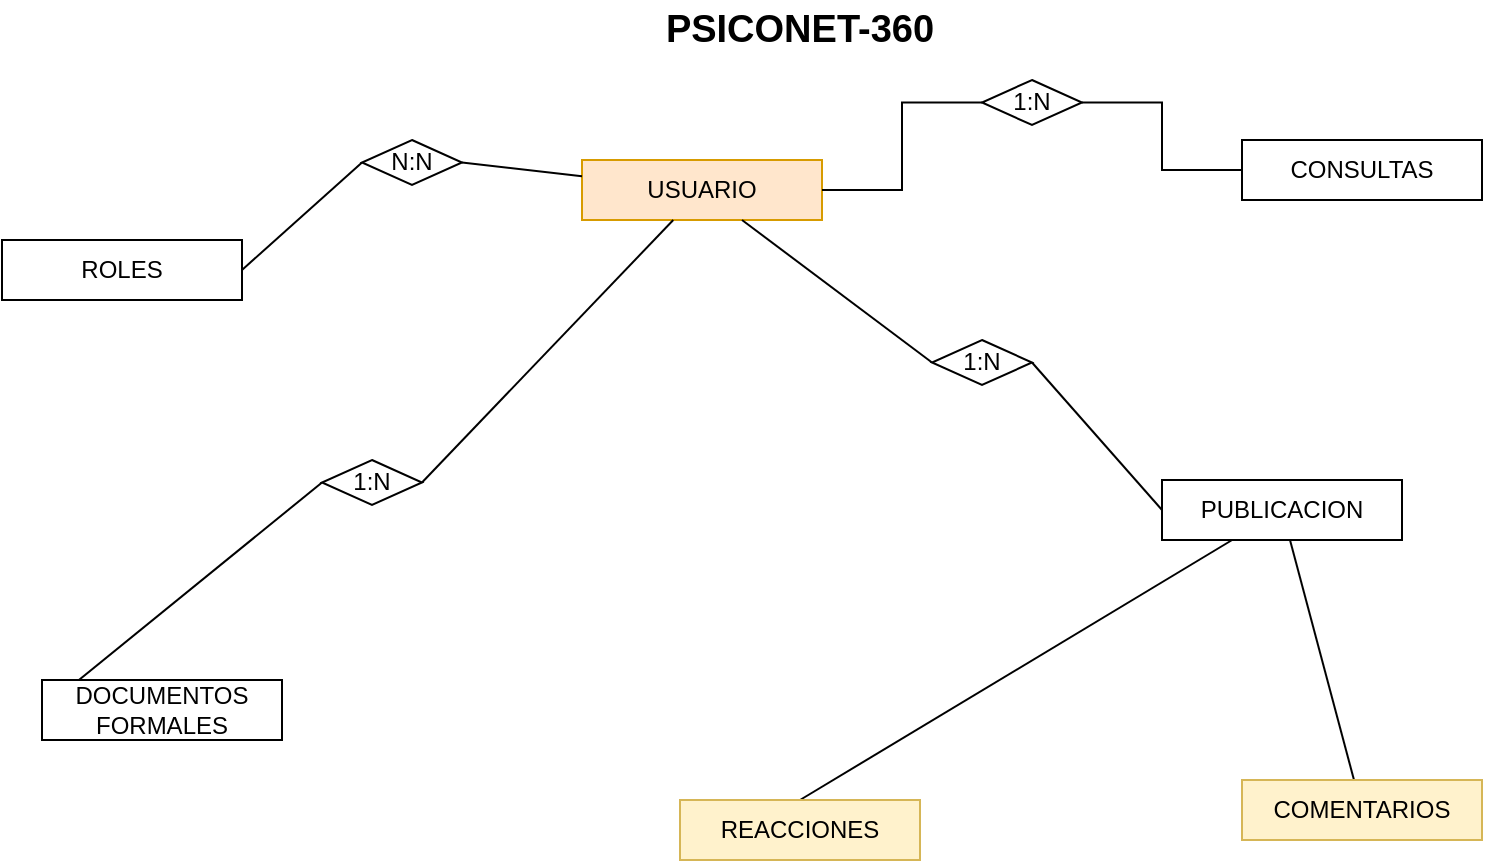
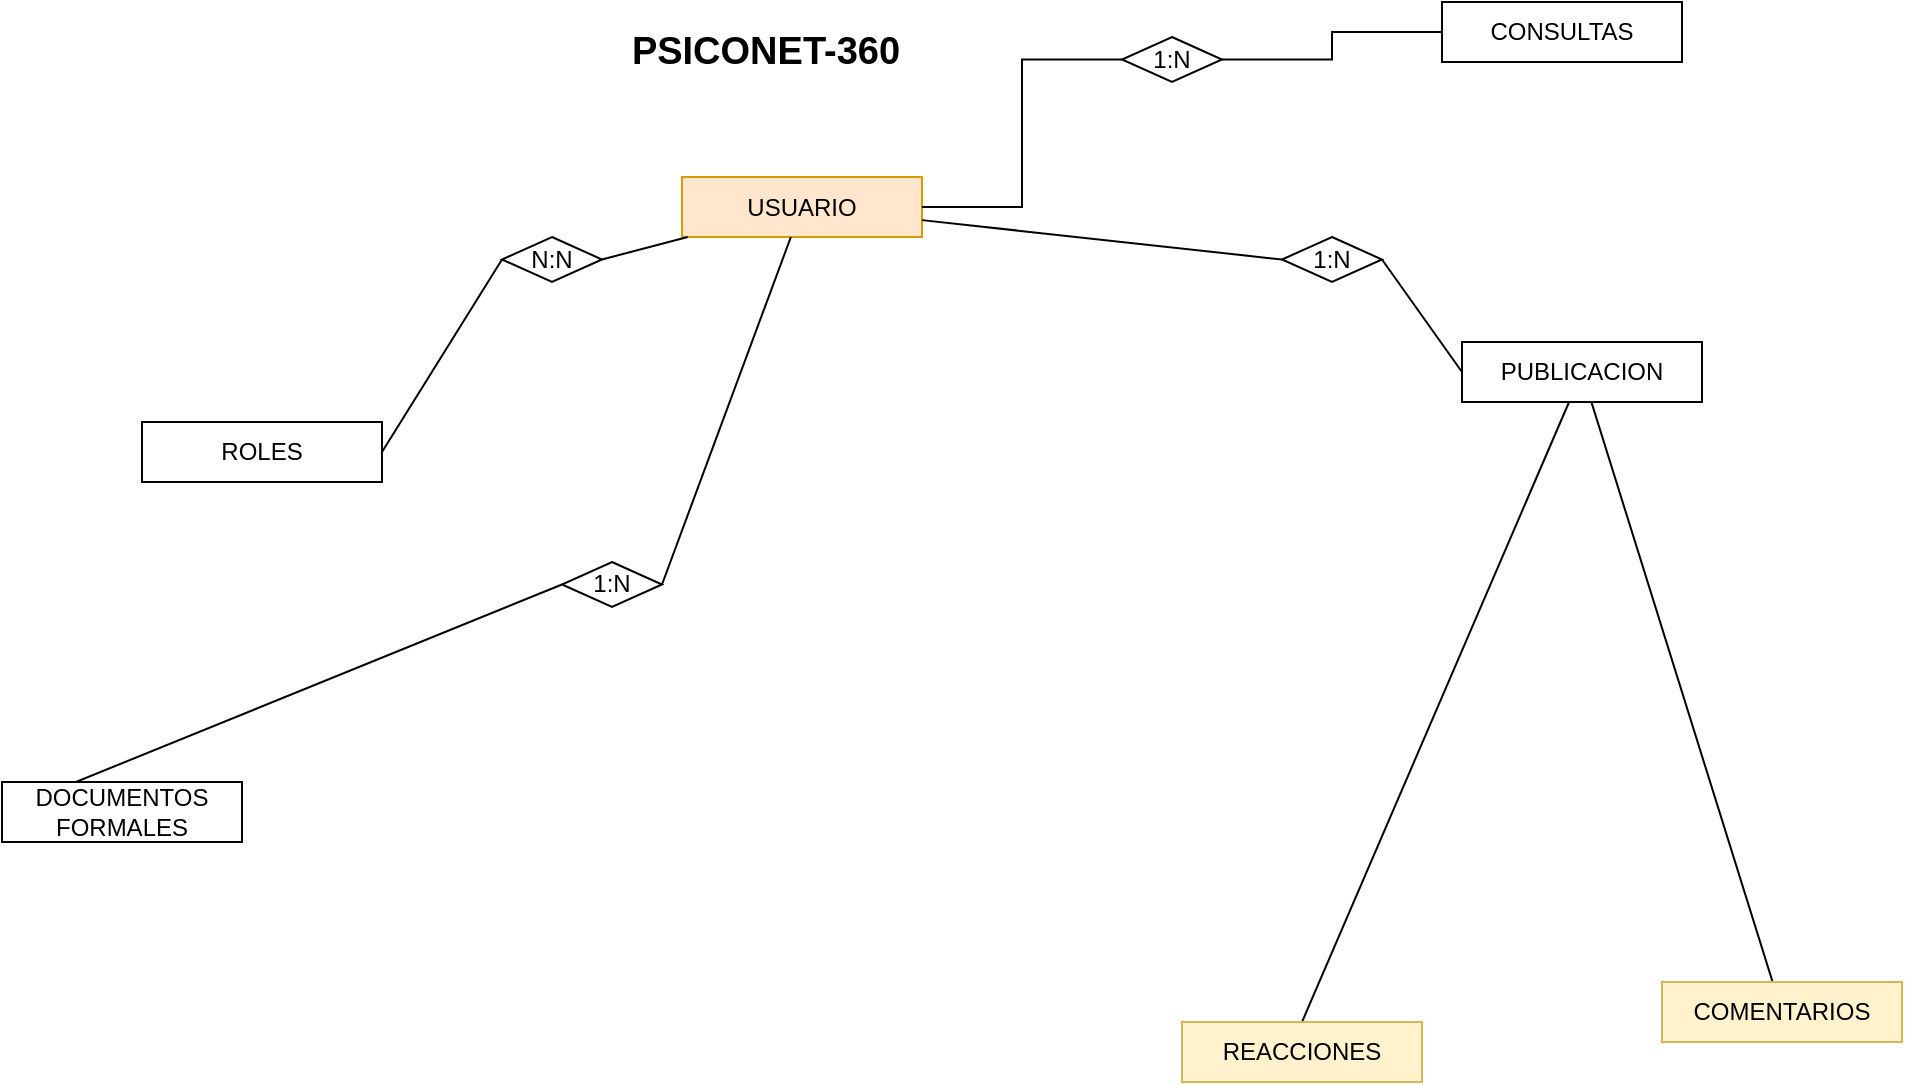
- <mxfile host="app.diagrams.net" agent="Mozilla/5.0 (Windows NT 10.0; Win64; x64) AppleWebKit/537.36 (KHTML, like Gecko) Chrome/142.0.0.0 Safari/537.36" version="28.2.9">
+ <mxfile host="app.diagrams.net" agent="Mozilla/5.0 (Windows NT 10.0; Win64; x64) AppleWebKit/537.36 (KHTML, like Gecko) Chrome/142.0.0.0 Safari/537.36">
  <diagram name="Página-1" id="g_2L8a4dUFEPVdWc10Bj">
-     <mxGraphModel dx="952" dy="517" grid="1" gridSize="10" guides="1" tooltips="1" connect="1" arrows="1" fold="1" page="1" pageScale="1" pageWidth="827" pageHeight="1169" math="0" shadow="0">
+     <mxGraphModel dx="2196" dy="1918" grid="1" gridSize="10" guides="1" tooltips="1" connect="1" arrows="1" fold="1" page="1" pageScale="1" pageWidth="827" pageHeight="1169" math="0" shadow="0">
      <root>
        <mxCell id="0" />
        <mxCell id="1" parent="0" />
-         <mxCell id="0GrJNKZy4xKD9Ew2mGRM-7" style="rounded=0;orthogonalLoop=1;jettySize=auto;html=1;entryX=0;entryY=0.5;entryDx=0;entryDy=0;endArrow=none;endFill=0;exitX=0;exitY=0.5;exitDx=0;exitDy=0;" parent="1" source="0GrJNKZy4xKD9Ew2mGRM-10" target="0GrJNKZy4xKD9Ew2mGRM-2" edge="1">
+         <mxCell id="0GrJNKZy4xKD9Ew2mGRM-7" edge="1" parent="1" source="0GrJNKZy4xKD9Ew2mGRM-10" style="rounded=0;orthogonalLoop=1;jettySize=auto;html=1;entryX=0;entryY=0.5;entryDx=0;entryDy=0;endArrow=none;endFill=0;exitX=0;exitY=0.5;exitDx=0;exitDy=0;" target="0GrJNKZy4xKD9Ew2mGRM-2">
          <mxGeometry relative="1" as="geometry" />
        </mxCell>
-         <mxCell id="0GrJNKZy4xKD9Ew2mGRM-8" style="edgeStyle=none;shape=connector;rounded=0;orthogonalLoop=1;jettySize=auto;html=1;entryX=0;entryY=0.5;entryDx=0;entryDy=0;strokeColor=default;align=center;verticalAlign=middle;fontFamily=Helvetica;fontSize=11;fontColor=default;labelBackgroundColor=default;endArrow=none;endFill=0;exitX=1;exitY=0.5;exitDx=0;exitDy=0;" parent="1" source="0GrJNKZy4xKD9Ew2mGRM-9" target="0GrJNKZy4xKD9Ew2mGRM-1" edge="1">
+         <mxCell id="0GrJNKZy4xKD9Ew2mGRM-8" edge="1" parent="1" source="0GrJNKZy4xKD9Ew2mGRM-9" style="edgeStyle=none;shape=connector;rounded=0;orthogonalLoop=1;jettySize=auto;html=1;entryX=0;entryY=0.5;entryDx=0;entryDy=0;strokeColor=default;align=center;verticalAlign=middle;fontFamily=Helvetica;fontSize=11;fontColor=default;labelBackgroundColor=default;endArrow=none;endFill=0;exitX=1;exitY=0.5;exitDx=0;exitDy=0;" target="0GrJNKZy4xKD9Ew2mGRM-1">
          <mxGeometry relative="1" as="geometry" />
        </mxCell>
-         <mxCell id="0GrJNKZy4xKD9Ew2mGRM-14" style="edgeStyle=none;shape=connector;rounded=0;orthogonalLoop=1;jettySize=auto;html=1;entryX=1;entryY=0.5;entryDx=0;entryDy=0;strokeColor=default;align=center;verticalAlign=middle;fontFamily=Helvetica;fontSize=11;fontColor=default;labelBackgroundColor=default;endArrow=none;endFill=0;exitX=0;exitY=0.5;exitDx=0;exitDy=0;" parent="1" source="0GrJNKZy4xKD9Ew2mGRM-15" target="0GrJNKZy4xKD9Ew2mGRM-13" edge="1">
+         <mxCell id="0GrJNKZy4xKD9Ew2mGRM-14" edge="1" parent="1" source="0GrJNKZy4xKD9Ew2mGRM-15" style="edgeStyle=none;shape=connector;rounded=0;orthogonalLoop=1;jettySize=auto;html=1;entryX=1;entryY=0.5;entryDx=0;entryDy=0;strokeColor=default;align=center;verticalAlign=middle;fontFamily=Helvetica;fontSize=11;fontColor=default;labelBackgroundColor=default;endArrow=none;endFill=0;exitX=0;exitY=0.5;exitDx=0;exitDy=0;" target="0GrJNKZy4xKD9Ew2mGRM-13">
          <mxGeometry relative="1" as="geometry" />
        </mxCell>
-         <mxCell id="uRhun_1Gw-rtw0TiDXNh-11" value="USUARIO" style="rounded=0;whiteSpace=wrap;html=1;fillColor=#ffe6cc;strokeColor=#d79b00;" parent="1" vertex="1">
-           <mxGeometry x="320" y="100" width="120" height="30" as="geometry" />
+         <mxCell id="uRhun_1Gw-rtw0TiDXNh-11" parent="1" style="rounded=0;whiteSpace=wrap;html=1;fillColor=#ffe6cc;strokeColor=#d79b00;" value="USUARIO" vertex="1">
+           <mxGeometry height="30" width="120" x="160" y="7.5" as="geometry" />
        </mxCell>
-         <mxCell id="uRhun_1Gw-rtw0TiDXNh-12" value="CONSULTAS" style="rounded=0;whiteSpace=wrap;html=1;" parent="1" vertex="1">
-           <mxGeometry x="650" y="90" width="120" height="30" as="geometry" />
+         <mxCell id="uRhun_1Gw-rtw0TiDXNh-12" parent="1" style="rounded=0;whiteSpace=wrap;html=1;" value="CONSULTAS" vertex="1">
+           <mxGeometry height="30" width="120" x="540" y="-80" as="geometry" />
        </mxCell>
-         <mxCell id="uRhun_1Gw-rtw0TiDXNh-14" style="edgeStyle=orthogonalEdgeStyle;rounded=0;orthogonalLoop=1;jettySize=auto;html=1;entryX=0;entryY=0.5;entryDx=0;entryDy=0;endArrow=none;endFill=0;" parent="1" source="uRhun_1Gw-rtw0TiDXNh-13" target="uRhun_1Gw-rtw0TiDXNh-12" edge="1">
+         <mxCell id="uRhun_1Gw-rtw0TiDXNh-14" edge="1" parent="1" source="uRhun_1Gw-rtw0TiDXNh-13" style="edgeStyle=orthogonalEdgeStyle;rounded=0;orthogonalLoop=1;jettySize=auto;html=1;entryX=0;entryY=0.5;entryDx=0;entryDy=0;endArrow=none;endFill=0;" target="uRhun_1Gw-rtw0TiDXNh-12">
          <mxGeometry relative="1" as="geometry" />
        </mxCell>
-         <mxCell id="uRhun_1Gw-rtw0TiDXNh-15" style="edgeStyle=orthogonalEdgeStyle;rounded=0;orthogonalLoop=1;jettySize=auto;html=1;entryX=1;entryY=0.5;entryDx=0;entryDy=0;endArrow=none;endFill=0;" parent="1" source="uRhun_1Gw-rtw0TiDXNh-13" target="uRhun_1Gw-rtw0TiDXNh-11" edge="1">
+         <mxCell id="uRhun_1Gw-rtw0TiDXNh-15" edge="1" parent="1" source="uRhun_1Gw-rtw0TiDXNh-13" style="edgeStyle=orthogonalEdgeStyle;rounded=0;orthogonalLoop=1;jettySize=auto;html=1;entryX=1;entryY=0.5;entryDx=0;entryDy=0;endArrow=none;endFill=0;" target="uRhun_1Gw-rtw0TiDXNh-11">
          <mxGeometry relative="1" as="geometry" />
        </mxCell>
-         <mxCell id="uRhun_1Gw-rtw0TiDXNh-13" value="1:N" style="shape=rhombus;perimeter=rhombusPerimeter;whiteSpace=wrap;html=1;align=center;" parent="1" vertex="1">
-           <mxGeometry x="520" y="60" width="50" height="22.5" as="geometry" />
+         <mxCell id="uRhun_1Gw-rtw0TiDXNh-13" parent="1" style="shape=rhombus;perimeter=rhombusPerimeter;whiteSpace=wrap;html=1;align=center;" value="1:N" vertex="1">
+           <mxGeometry height="22.5" width="50" x="380" y="-62.5" as="geometry" />
        </mxCell>
-         <mxCell id="0GrJNKZy4xKD9Ew2mGRM-19" style="edgeStyle=none;shape=connector;rounded=0;orthogonalLoop=1;jettySize=auto;html=1;entryX=0.5;entryY=0;entryDx=0;entryDy=0;strokeColor=default;align=center;verticalAlign=middle;fontFamily=Helvetica;fontSize=11;fontColor=default;labelBackgroundColor=default;endArrow=none;endFill=0;" parent="1" source="0GrJNKZy4xKD9Ew2mGRM-1" target="0GrJNKZy4xKD9Ew2mGRM-18" edge="1">
+         <mxCell id="0GrJNKZy4xKD9Ew2mGRM-19" edge="1" parent="1" source="0GrJNKZy4xKD9Ew2mGRM-1" style="edgeStyle=none;shape=connector;rounded=0;orthogonalLoop=1;jettySize=auto;html=1;entryX=0.5;entryY=0;entryDx=0;entryDy=0;strokeColor=default;align=center;verticalAlign=middle;fontFamily=Helvetica;fontSize=11;fontColor=default;labelBackgroundColor=default;endArrow=none;endFill=0;" target="0GrJNKZy4xKD9Ew2mGRM-18">
          <mxGeometry relative="1" as="geometry" />
        </mxCell>
-         <mxCell id="0GrJNKZy4xKD9Ew2mGRM-20" style="edgeStyle=none;shape=connector;rounded=0;orthogonalLoop=1;jettySize=auto;html=1;strokeColor=default;align=center;verticalAlign=middle;fontFamily=Helvetica;fontSize=11;fontColor=default;labelBackgroundColor=default;endArrow=none;endFill=0;" parent="1" source="0GrJNKZy4xKD9Ew2mGRM-1" target="0GrJNKZy4xKD9Ew2mGRM-17" edge="1">
+         <mxCell id="0GrJNKZy4xKD9Ew2mGRM-20" edge="1" parent="1" source="0GrJNKZy4xKD9Ew2mGRM-1" style="edgeStyle=none;shape=connector;rounded=0;orthogonalLoop=1;jettySize=auto;html=1;strokeColor=default;align=center;verticalAlign=middle;fontFamily=Helvetica;fontSize=11;fontColor=default;labelBackgroundColor=default;endArrow=none;endFill=0;" target="0GrJNKZy4xKD9Ew2mGRM-17">
          <mxGeometry relative="1" as="geometry" />
        </mxCell>
-         <mxCell id="0GrJNKZy4xKD9Ew2mGRM-1" value="PUBLICACION" style="rounded=0;whiteSpace=wrap;html=1;" parent="1" vertex="1">
-           <mxGeometry x="610" y="260" width="120" height="30" as="geometry" />
+         <mxCell id="0GrJNKZy4xKD9Ew2mGRM-1" parent="1" style="rounded=0;whiteSpace=wrap;html=1;" value="PUBLICACION" vertex="1">
+           <mxGeometry height="30" width="120" x="550" y="90" as="geometry" />
        </mxCell>
-         <mxCell id="0GrJNKZy4xKD9Ew2mGRM-2" value="DOCUMENTOS&lt;div&gt;FORMALES&lt;/div&gt;" style="rounded=0;whiteSpace=wrap;html=1;" parent="1" vertex="1">
-           <mxGeometry x="50" y="360" width="120" height="30" as="geometry" />
+         <mxCell id="0GrJNKZy4xKD9Ew2mGRM-2" parent="1" style="rounded=0;whiteSpace=wrap;html=1;" value="DOCUMENTOS&lt;div&gt;FORMALES&lt;/div&gt;" vertex="1">
+           <mxGeometry height="30" width="120" x="-180" y="310" as="geometry" />
        </mxCell>
-         <mxCell id="0GrJNKZy4xKD9Ew2mGRM-11" value="" style="rounded=0;orthogonalLoop=1;jettySize=auto;html=1;entryX=1;entryY=0.5;entryDx=0;entryDy=0;endArrow=none;endFill=0;" parent="1" source="uRhun_1Gw-rtw0TiDXNh-11" target="0GrJNKZy4xKD9Ew2mGRM-10" edge="1">
+         <mxCell id="0GrJNKZy4xKD9Ew2mGRM-11" edge="1" parent="1" source="uRhun_1Gw-rtw0TiDXNh-11" style="rounded=0;orthogonalLoop=1;jettySize=auto;html=1;entryX=1;entryY=0.5;entryDx=0;entryDy=0;endArrow=none;endFill=0;" target="0GrJNKZy4xKD9Ew2mGRM-10" value="">
          <mxGeometry relative="1" as="geometry">
            <mxPoint x="409" y="170" as="sourcePoint" />
            <mxPoint x="482" y="335" as="targetPoint" />
          </mxGeometry>
        </mxCell>
-         <mxCell id="0GrJNKZy4xKD9Ew2mGRM-10" value="1:N" style="shape=rhombus;perimeter=rhombusPerimeter;whiteSpace=wrap;html=1;align=center;" parent="1" vertex="1">
-           <mxGeometry x="190" y="250" width="50" height="22.5" as="geometry" />
+         <mxCell id="0GrJNKZy4xKD9Ew2mGRM-10" parent="1" style="shape=rhombus;perimeter=rhombusPerimeter;whiteSpace=wrap;html=1;align=center;" value="1:N" vertex="1">
+           <mxGeometry height="22.5" width="50" x="100" y="200" as="geometry" />
        </mxCell>
-         <mxCell id="0GrJNKZy4xKD9Ew2mGRM-12" value="" style="edgeStyle=none;shape=connector;rounded=0;orthogonalLoop=1;jettySize=auto;html=1;entryX=0;entryY=0.5;entryDx=0;entryDy=0;strokeColor=default;align=center;verticalAlign=middle;fontFamily=Helvetica;fontSize=11;fontColor=default;labelBackgroundColor=default;endArrow=none;endFill=0;" parent="1" source="uRhun_1Gw-rtw0TiDXNh-11" target="0GrJNKZy4xKD9Ew2mGRM-9" edge="1">
+         <mxCell id="0GrJNKZy4xKD9Ew2mGRM-12" edge="1" parent="1" source="uRhun_1Gw-rtw0TiDXNh-11" style="edgeStyle=none;shape=connector;rounded=0;orthogonalLoop=1;jettySize=auto;html=1;entryX=0;entryY=0.5;entryDx=0;entryDy=0;strokeColor=default;align=center;verticalAlign=middle;fontFamily=Helvetica;fontSize=11;fontColor=default;labelBackgroundColor=default;endArrow=none;endFill=0;" target="0GrJNKZy4xKD9Ew2mGRM-9" value="">
          <mxGeometry relative="1" as="geometry">
            <mxPoint x="425" y="170" as="sourcePoint" />
            <mxPoint x="556" y="255" as="targetPoint" />
          </mxGeometry>
        </mxCell>
-         <mxCell id="0GrJNKZy4xKD9Ew2mGRM-9" value="1:N" style="shape=rhombus;perimeter=rhombusPerimeter;whiteSpace=wrap;html=1;align=center;" parent="1" vertex="1">
-           <mxGeometry x="495" y="190" width="50" height="22.5" as="geometry" />
+         <mxCell id="0GrJNKZy4xKD9Ew2mGRM-9" parent="1" style="shape=rhombus;perimeter=rhombusPerimeter;whiteSpace=wrap;html=1;align=center;" value="1:N" vertex="1">
+           <mxGeometry height="22.5" width="50" x="460" y="37.5" as="geometry" />
        </mxCell>
-         <mxCell id="0GrJNKZy4xKD9Ew2mGRM-13" value="ROLES" style="rounded=0;whiteSpace=wrap;html=1;" parent="1" vertex="1">
-           <mxGeometry x="30" y="140" width="120" height="30" as="geometry" />
+         <mxCell id="0GrJNKZy4xKD9Ew2mGRM-13" parent="1" style="rounded=0;whiteSpace=wrap;html=1;" value="ROLES" vertex="1">
+           <mxGeometry height="30" width="120" x="-110" y="130" as="geometry" />
        </mxCell>
-         <mxCell id="0GrJNKZy4xKD9Ew2mGRM-16" value="" style="edgeStyle=none;shape=connector;rounded=0;orthogonalLoop=1;jettySize=auto;html=1;entryX=1;entryY=0.5;entryDx=0;entryDy=0;strokeColor=default;align=center;verticalAlign=middle;fontFamily=Helvetica;fontSize=11;fontColor=default;labelBackgroundColor=default;endArrow=none;endFill=0;" parent="1" source="uRhun_1Gw-rtw0TiDXNh-11" target="0GrJNKZy4xKD9Ew2mGRM-15" edge="1">
+         <mxCell id="0GrJNKZy4xKD9Ew2mGRM-16" edge="1" parent="1" source="uRhun_1Gw-rtw0TiDXNh-11" style="edgeStyle=none;shape=connector;rounded=0;orthogonalLoop=1;jettySize=auto;html=1;entryX=1;entryY=0.5;entryDx=0;entryDy=0;strokeColor=default;align=center;verticalAlign=middle;fontFamily=Helvetica;fontSize=11;fontColor=default;labelBackgroundColor=default;endArrow=none;endFill=0;" target="0GrJNKZy4xKD9Ew2mGRM-15" value="">
          <mxGeometry relative="1" as="geometry">
            <mxPoint x="335" y="136" as="sourcePoint" />
            <mxPoint x="232" y="155" as="targetPoint" />
          </mxGeometry>
        </mxCell>
-         <mxCell id="0GrJNKZy4xKD9Ew2mGRM-15" value="N:N" style="shape=rhombus;perimeter=rhombusPerimeter;whiteSpace=wrap;html=1;align=center;" parent="1" vertex="1">
-           <mxGeometry x="210" y="90" width="50" height="22.5" as="geometry" />
+         <mxCell id="0GrJNKZy4xKD9Ew2mGRM-15" parent="1" style="shape=rhombus;perimeter=rhombusPerimeter;whiteSpace=wrap;html=1;align=center;" value="N:N" vertex="1">
+           <mxGeometry height="22.5" width="50" x="70" y="37.5" as="geometry" />
        </mxCell>
-         <mxCell id="0GrJNKZy4xKD9Ew2mGRM-17" value="COMENTARIOS" style="rounded=0;whiteSpace=wrap;html=1;fillColor=#fff2cc;strokeColor=#d6b656;" parent="1" vertex="1">
-           <mxGeometry x="650" y="410" width="120" height="30" as="geometry" />
+         <mxCell id="0GrJNKZy4xKD9Ew2mGRM-17" parent="1" style="rounded=0;whiteSpace=wrap;html=1;fillColor=#fff2cc;strokeColor=#d6b656;" value="COMENTARIOS" vertex="1">
+           <mxGeometry height="30" width="120" x="650" y="410" as="geometry" />
        </mxCell>
-         <mxCell id="0GrJNKZy4xKD9Ew2mGRM-18" value="REACCIONES" style="rounded=0;whiteSpace=wrap;html=1;fillColor=#fff2cc;strokeColor=#d6b656;" parent="1" vertex="1">
-           <mxGeometry x="369" y="420" width="120" height="30" as="geometry" />
+         <mxCell id="0GrJNKZy4xKD9Ew2mGRM-18" parent="1" style="rounded=0;whiteSpace=wrap;html=1;fillColor=#fff2cc;strokeColor=#d6b656;" value="REACCIONES" vertex="1">
+           <mxGeometry height="30" width="120" x="410" y="430" as="geometry" />
        </mxCell>
-         <mxCell id="0GrJNKZy4xKD9Ew2mGRM-22" value="&lt;b&gt;&lt;font style=&quot;font-size: 19px;&quot;&gt;PSICONET-360&lt;/font&gt;&lt;/b&gt;" style="text;html=1;align=center;verticalAlign=middle;whiteSpace=wrap;rounded=0;fontFamily=Helvetica;fontSize=11;fontColor=default;labelBackgroundColor=default;" parent="1" vertex="1">
-           <mxGeometry x="351" y="20" width="156" height="30" as="geometry" />
+         <mxCell id="0GrJNKZy4xKD9Ew2mGRM-22" parent="1" style="text;html=1;align=center;verticalAlign=middle;whiteSpace=wrap;rounded=0;fontFamily=Helvetica;fontSize=11;fontColor=default;labelBackgroundColor=default;" value="&lt;b&gt;&lt;font style=&quot;font-size: 19px;&quot;&gt;PSICONET-360&lt;/font&gt;&lt;/b&gt;" vertex="1">
+           <mxGeometry height="30" width="156" x="124" y="-70" as="geometry" />
        </mxCell>
      </root>
    </mxGraphModel>
  </diagram>
</mxfile>
